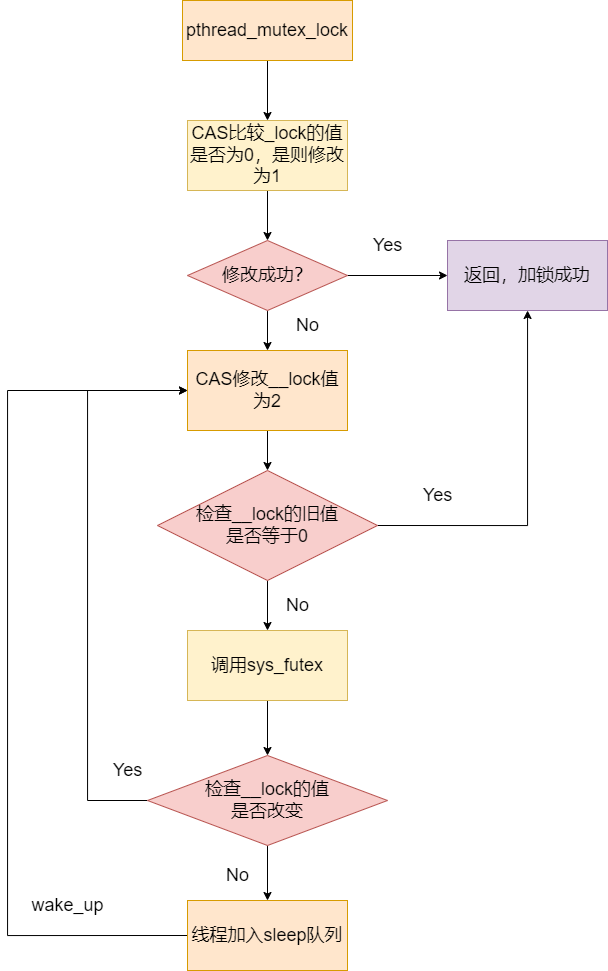
Before: blog/Linux/application-dev/mutex/glibc-mutex1.png, a diagram exported from draw.io (zgjsxx/static-img-repo). Source tidied: cells renumbered, new cells last; positions are measured from the earlier drawing's top-left corner, leaving out a move shared by most shapes.
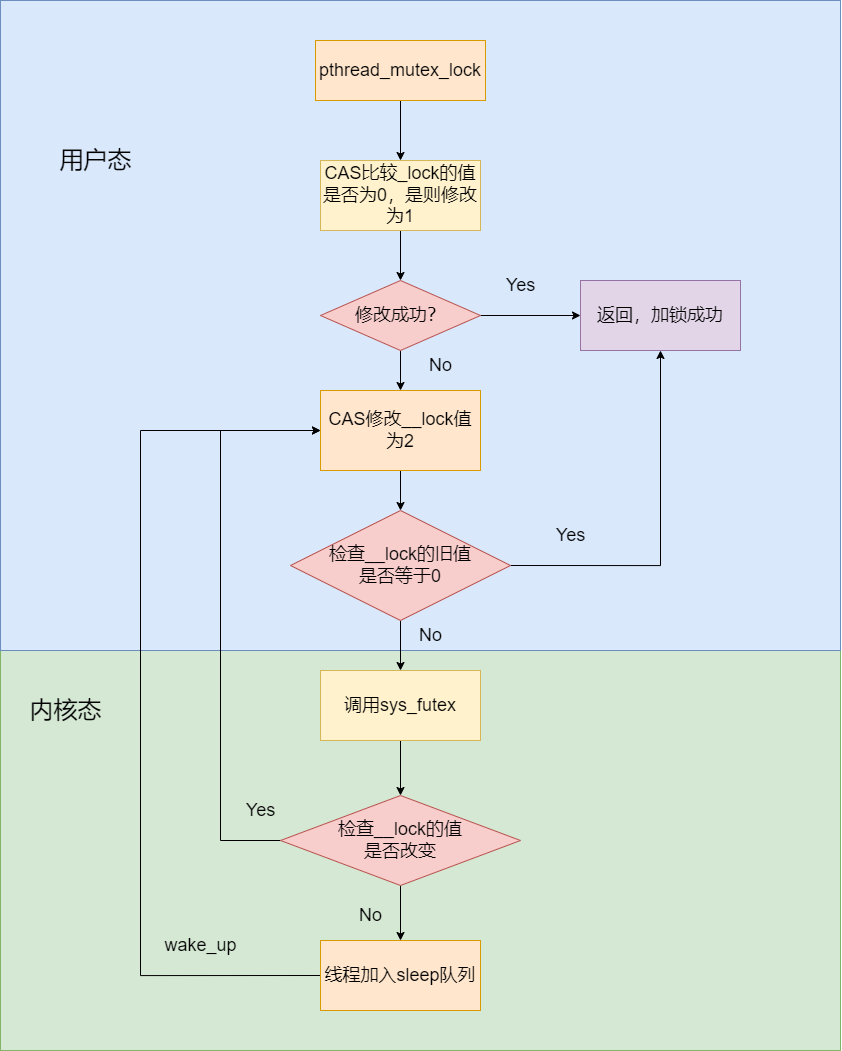
After the commit.

Diff of the diagram source:
```diff
@@ -2,6 +2,12 @@
   <root>
     <mxCell id="0" />
     <mxCell id="1" parent="0" />
+    <mxCell id="29" style="rounded=0;whiteSpace=wrap;html=1;fillColor=#d5e8d4;strokeColor=#82b366;" parent="1" vertex="1">
+      <mxGeometry x="-140" y="610" width="840" height="400" as="geometry" />
+    </mxCell>
+    <mxCell id="30" style="rounded=0;whiteSpace=wrap;html=1;fillColor=#dae8fc;strokeColor=#6c8ebf;" parent="1" vertex="1">
+      <mxGeometry x="-140" y="-40" width="840" height="650" as="geometry" />
+    </mxCell>
     <mxCell id="2" style="edgeStyle=orthogonalEdgeStyle;rounded=0;jettySize=auto;html=1;exitX=0.5;exitY=1;exitDx=0;exitDy=0;entryX=0.5;entryY=0;entryDx=0;entryDy=0;fontSize=18;" parent="1" edge="1" source="3" target="6">
       <mxGeometry relative="1" as="geometry" />
     </mxCell>
@@ -76,7 +82,7 @@
       <mxGeometry x="150" y="470" width="220" height="110" as="geometry" />
     </mxCell>
     <mxCell id="23" value="No" style="text;html=1;align=center;verticalAlign=middle;fillColor=none;strokeColor=none;rounded=0;fontSize=18;" parent="1" vertex="1">
-      <mxGeometry x="270" y="590" width="40" height="30" as="geometry" />
+      <mxGeometry x="270" y="580" width="40" height="30" as="geometry" />
     </mxCell>
     <mxCell id="24" value="&lt;font style=&quot;font-size: 18px&quot;&gt;返回，加锁成功&lt;/font&gt;" style="rounded=0;whiteSpace=wrap;html=1;fillColor=#e1d5e7;strokeColor=#9673a6;" parent="1" vertex="1">
       <mxGeometry x="440" y="240" width="160" height="70" as="geometry" />
@@ -93,5 +99,11 @@
     <mxCell id="28" value="wake_up" style="text;html=1;align=center;verticalAlign=middle;fillColor=none;strokeColor=none;rounded=0;fontSize=18;" parent="1" vertex="1">
       <mxGeometry x="15" y="890" width="90" height="30" as="geometry" />
     </mxCell>
+    <mxCell id="31" value="&lt;font style=&quot;font-size: 24px&quot;&gt;用户态&lt;/font&gt;" style="text;html=1;align=center;verticalAlign=middle;fillColor=none;strokeColor=none;rounded=0;" parent="1" vertex="1">
+      <mxGeometry x="-90" y="110" width="90" height="20" as="geometry" />
+    </mxCell>
+    <mxCell id="32" value="&lt;font style=&quot;font-size: 24px&quot;&gt;内核态&lt;/font&gt;" style="text;html=1;align=center;verticalAlign=middle;fillColor=none;strokeColor=none;rounded=0;" parent="1" vertex="1">
+      <mxGeometry x="-120" y="660" width="90" height="20" as="geometry" />
+    </mxCell>
   </root>
 </mxGraphModel>
```
